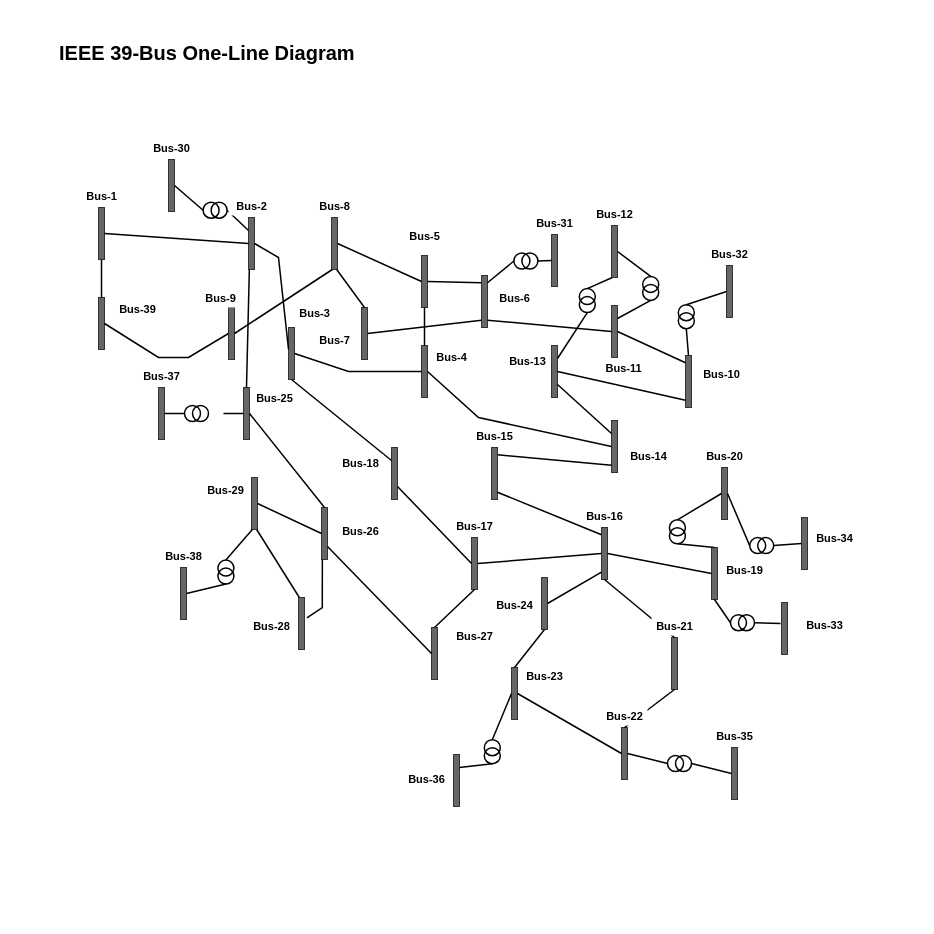
Earlier version of the draw.io diagram wspace/data/ieee/ieee39/diagram/ieee39-oneline.drawio (InterPSS-Project/ipss-agent). Source tidied: cells renumbered, new cells numbered last; positions are measured from the earlier drawing's top-left corner, leaving out a move shared by most shapes. Both pictures are drawn from the tidied source at 100%, with x=0, y=0 at pixel (17, 17).
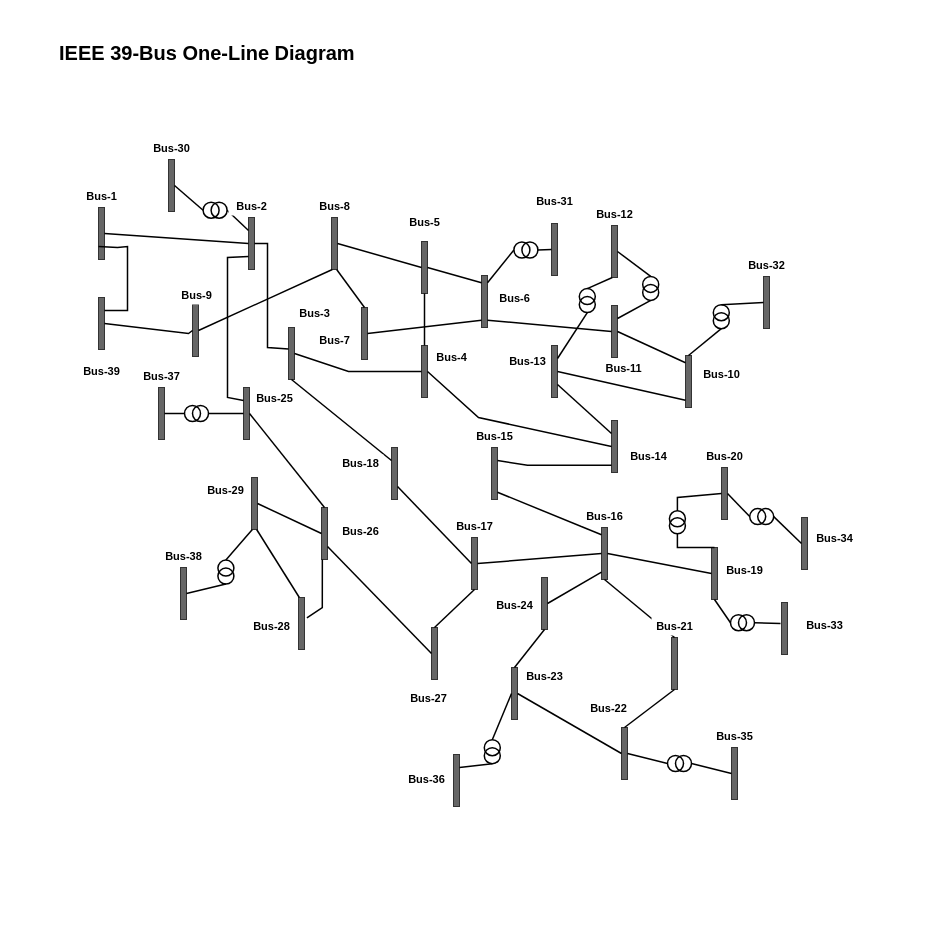
The same page after the edit.

Commit message (it also covers changes not shown here):
Update IEEE 39-Bus One-Line Diagram with layout adjustments

- Modified the positions of several bus elements and edges in the `ieee39-oneline.drawio` file to improve clarity and visual representation.
- Adjusted geometry attributes for various connections to enhance the overall diagram structure.

Unchanged cells that the change refers to:
```xml
<mxCell id="4" style="rounded=0;fillColor=#666666;strokeColor=#333333;" parent="1" vertex="1">
  <mxGeometry x="81" y="190" width="6" height="52" as="geometry" />
</mxCell>
<mxCell id="5" style="rounded=0;fillColor=#666666;strokeColor=#333333;" parent="1" vertex="1">
  <mxGeometry x="231" y="200" width="6" height="52" as="geometry" />
</mxCell>
<mxCell id="6" style="rounded=0;fillColor=#666666;strokeColor=#333333;" parent="1" vertex="1">
  <mxGeometry x="271" y="310" width="6" height="52" as="geometry" />
</mxCell>
<mxCell id="17" style="rounded=0;fillColor=#666666;strokeColor=#333333;" parent="1" vertex="1">
  <mxGeometry x="594" y="403" width="6" height="52" as="geometry" />
</mxCell>
<mxCell id="18" style="rounded=0;fillColor=#666666;strokeColor=#333333;" parent="1" vertex="1">
  <mxGeometry x="474" y="430" width="6" height="52" as="geometry" />
</mxCell>
<mxCell id="22" style="rounded=0;fillColor=#666666;strokeColor=#333333;" parent="1" vertex="1">
  <mxGeometry x="694" y="530" width="6" height="52" as="geometry" />
</mxCell>
<mxCell id="23" style="rounded=0;fillColor=#666666;strokeColor=#333333;" parent="1" vertex="1">
  <mxGeometry x="704" y="450" width="6" height="52" as="geometry" />
</mxCell>
<mxCell id="28" style="rounded=0;fillColor=#666666;strokeColor=#333333;" parent="1" vertex="1">
  <mxGeometry x="226" y="370" width="6" height="52" as="geometry" />
</mxCell>
<mxCell id="42" style="rounded=0;fillColor=#666666;strokeColor=#333333;" parent="1" vertex="1">
  <mxGeometry x="81" y="280" width="6" height="52" as="geometry" />
</mxCell>
<mxCell id="127" style="ellipse;fillColor=none;strokeColor=#000000;strokeWidth=1.5;" parent="125" vertex="1">
  <mxGeometry x="8" width="16" height="16" as="geometry" />
</mxCell>
<mxCell id="135" style="ellipse;fillColor=none;strokeColor=#000000;strokeWidth=1.5;" parent="134" vertex="1">
  <mxGeometry width="16" height="16" as="geometry" />
</mxCell>
```

Change to the diagram source:
```diff
@@
     <mxCell id="8" style="rounded=0;fillColor=#666666;strokeColor=#333333;" parent="1" vertex="1">
-      <mxGeometry x="404" y="238" width="6" height="52" as="geometry" />
+      <mxGeometry x="404" y="224" width="6" height="52" as="geometry" />
     </mxCell>
@@
     <mxCell id="12" style="rounded=0;fillColor=#666666;strokeColor=#333333;" parent="1" vertex="1">
-      <mxGeometry x="211" y="290" width="6" height="52" as="geometry" />
+      <mxGeometry x="175" y="287" width="6" height="52" as="geometry" />
     </mxCell>
@@
     <mxCell id="34" style="rounded=0;fillColor=#666666;strokeColor=#333333;" parent="1" vertex="1">
-      <mxGeometry x="534" y="217" width="6" height="52" as="geometry" />
+      <mxGeometry x="534" y="206" width="6" height="52" as="geometry" />
     </mxCell>
     <mxCell id="35" style="rounded=0;fillColor=#666666;strokeColor=#333333;" parent="1" vertex="1">
-      <mxGeometry x="709" y="248" width="6" height="52" as="geometry" />
+      <mxGeometry x="746" y="259" width="6" height="52" as="geometry" />
     </mxCell>
@@
-    <mxCell id="44" style="endArrow=none;html=1;rounded=0;strokeColor=#000000;strokeWidth=1.5;exitX=0.5;exitY=0;entryX=0.5;entryY=1;" parent="1" edge="1" source="42" target="4">
-      <mxGeometry relative="1" as="geometry" />
+    <mxCell id="44" style="endArrow=none;html=1;rounded=0;strokeColor=#000000;strokeWidth=1.5;exitX=1;exitY=0.25;entryX=0;entryY=0.75;entryDx=0;entryDy=0;exitDx=0;exitDy=0;" parent="1" edge="1" source="42" target="4">
+      <mxGeometry relative="1" as="geometry">
+        <Array as="points">
+          <mxPoint x="110" y="293" />
+          <mxPoint x="110" y="229" />
+          <mxPoint x="100" y="230" />
+        </Array>
+      </mxGeometry>
     </mxCell>
     <mxCell id="45" style="endArrow=none;html=1;rounded=0;strokeColor=#000000;strokeWidth=1.5;exitX=0;exitY=0.415;entryX=1;entryY=0.5;entryDx=0;entryDy=0;exitDx=0;exitDy=0;exitPerimeter=0;" parent="1" edge="1" source="6" target="5">
       <mxGeometry relative="1" as="geometry">
         <Array as="points">
-          <mxPoint x="261" y="240" />
+          <mxPoint x="250" y="330" />
+          <mxPoint x="250" y="226" />
         </Array>
       </mxGeometry>
     </mxCell>
-    <mxCell id="46" style="endArrow=none;html=1;rounded=0;strokeColor=#000000;strokeWidth=1.5;exitX=0.5;exitY=0;entryX=0.14;entryY=1;" parent="1" edge="1" source="28" target="5">
-      <mxGeometry relative="1" as="geometry" />
+    <mxCell id="46" style="endArrow=none;html=1;rounded=0;strokeColor=#000000;strokeWidth=1.5;exitX=0;exitY=0.25;entryX=0;entryY=0.75;entryDx=0;entryDy=0;exitDx=0;exitDy=0;" parent="1" edge="1" source="28" target="5">
+      <mxGeometry relative="1" as="geometry">
+        <Array as="points">
+          <mxPoint x="210" y="380" />
+          <mxPoint x="210" y="320" />
+          <mxPoint x="210" y="240" />
+        </Array>
+      </mxGeometry>
     </mxCell>
@@
     <mxCell id="57" style="endArrow=none;html=1;rounded=0;strokeColor=#000000;strokeWidth=1.5;exitX=1;exitY=0.5;entryX=0;entryY=0.5;" parent="1" edge="1" source="42" target="12">
       <mxGeometry relative="1" as="geometry">
         <Array as="points">
-          <mxPoint x="141" y="340" />
-          <mxPoint x="171" y="340" />
+          <mxPoint x="171" y="316" />
         </Array>
       </mxGeometry>
     </mxCell>
@@
-    <mxCell id="61" style="endArrow=none;html=1;rounded=0;strokeColor=#000000;strokeWidth=1.5;exitX=1;exitY=0.14;entryX=0;entryY=0.86;" parent="1" edge="1" source="18" target="17">
-      <mxGeometry relative="1" as="geometry" />
+    <mxCell id="61" style="endArrow=none;html=1;rounded=0;strokeColor=#000000;strokeWidth=1.5;exitX=1;exitY=0.25;entryX=0;entryY=0.86;exitDx=0;exitDy=0;" parent="1" edge="1" source="18" target="17">
+      <mxGeometry relative="1" as="geometry">
+        <Array as="points">
+          <mxPoint x="510" y="447.7" />
+        </Array>
+      </mxGeometry>
     </mxCell>
@@
-    <mxCell id="93" style="endArrow=none;html=1;rounded=0;strokeColor=#000000;strokeWidth=1.5;exitX=0;exitY=0.5;entryX=1;entryY=0.5;" parent="1" edge="1" source="28">
-      <mxGeometry relative="1" as="geometry">
-        <mxPoint x="206" y="396" as="targetPoint" />
-      </mxGeometry>
+    <mxCell id="93" style="endArrow=none;html=1;rounded=0;strokeColor=#000000;strokeWidth=1.5;exitX=0;exitY=0.5;entryX=1;entryY=0.5;entryDx=0;entryDy=0;" parent="1" edge="1" source="28" target="127">
+      <mxGeometry relative="1" as="geometry" />
     </mxCell>
@@
     <mxCell id="99" style="endArrow=none;html=1;rounded=0;strokeColor=#000000;strokeWidth=1.5;exitX=0.5;exitY=0;entryX=0.5;entryY=1;" parent="1" edge="1" source="22" target="136">
-      <mxGeometry relative="1" as="geometry" />
+      <mxGeometry relative="1" as="geometry">
+        <Array as="points">
+          <mxPoint x="659.9" y="530" />
+        </Array>
+      </mxGeometry>
     </mxCell>
     <mxCell id="100" style="endArrow=none;html=1;rounded=0;strokeColor=#000000;strokeWidth=1.5;exitX=0;exitY=0.5;entryX=0.5;entryY=0;exitDx=0;exitDy=0;" parent="1" edge="1" source="23" target="135">
-      <mxGeometry relative="1" as="geometry" />
+      <mxGeometry relative="1" as="geometry">
+        <Array as="points">
+          <mxPoint x="659.9" y="480" />
+        </Array>
+      </mxGeometry>
     </mxCell>
@@
     <mxCell id="107" style="group;" parent="1" vertex="1">
-      <mxGeometry x="496.4" y="235.5" width="24" height="16" as="geometry" />
+      <mxGeometry x="496.4" y="224.5" width="24" height="16" as="geometry" />
     </mxCell>
@@
     <mxCell id="110" style="group;" parent="1" vertex="1">
-      <mxGeometry x="660.8" y="287.2" width="16" height="24" as="geometry" />
+      <mxGeometry x="695.8" y="287.2" width="16" height="24" as="geometry" />
     </mxCell>
@@
     <mxCell id="116" style="group;" parent="1" vertex="1">
-      <mxGeometry x="732.2" y="520.1" width="24" height="16" as="geometry" />
+      <mxGeometry x="732.2" y="491.1" width="24" height="16" as="geometry" />
     </mxCell>
@@
     <mxCell id="134" style="group;" parent="1" vertex="1">
-      <mxGeometry x="651.9" y="502.3" width="16" height="24" as="geometry" />
+      <mxGeometry x="651.9" y="493.3" width="16" height="24" as="geometry" />
     </mxCell>
@@
     <mxCell id="136" style="ellipse;fillColor=none;strokeColor=#000000;strokeWidth=1.5;" parent="134" vertex="1">
-      <mxGeometry y="8" width="16" height="16" as="geometry" />
+      <mxGeometry y="7" width="16" height="16" as="geometry" />
     </mxCell>
@@
     <mxCell id="141" value="Bus-5" style="rounded=0;fillColor=#FFFFFF;strokeColor=none;html=1;align=center;verticalAlign=middle;fontSize=11;fontStyle=1;fontColor=#000000;" parent="1" vertex="1">
-      <mxGeometry x="384" y="210" width="46" height="18" as="geometry" />
+      <mxGeometry x="384" y="196" width="46" height="18" as="geometry" />
     </mxCell>
@@
     <mxCell id="145" value="Bus-9" style="rounded=0;fillColor=#FFFFFF;strokeColor=none;html=1;align=center;verticalAlign=middle;fontSize=11;fontStyle=1;fontColor=#000000;" parent="1" vertex="1">
-      <mxGeometry x="180" y="272" width="46" height="18" as="geometry" />
+      <mxGeometry x="156" y="269" width="46" height="18" as="geometry" />
     </mxCell>
@@
     <mxCell id="158" value="Bus-22" style="rounded=0;fillColor=#FFFFFF;strokeColor=none;html=1;align=center;verticalAlign=middle;fontSize=11;fontStyle=1;fontColor=#000000;" parent="1" vertex="1">
-      <mxGeometry x="584" y="690" width="46" height="18" as="geometry" />
+      <mxGeometry x="568" y="682" width="46" height="18" as="geometry" />
     </mxCell>
@@
     <mxCell id="163" value="Bus-27" style="rounded=0;fillColor=#FFFFFF;strokeColor=none;html=1;align=center;verticalAlign=middle;fontSize=11;fontStyle=1;fontColor=#000000;" parent="1" vertex="1">
-      <mxGeometry x="434" y="610" width="46" height="18" as="geometry" />
+      <mxGeometry x="388" y="672" width="46" height="18" as="geometry" />
     </mxCell>
@@
     <mxCell id="167" value="Bus-31" style="rounded=0;fillColor=#FFFFFF;strokeColor=none;html=1;align=center;verticalAlign=middle;fontSize=11;fontStyle=1;fontColor=#000000;" parent="1" vertex="1">
-      <mxGeometry x="514" y="197" width="46" height="18" as="geometry" />
+      <mxGeometry x="514" y="175" width="46" height="18" as="geometry" />
     </mxCell>
     <mxCell id="168" value="Bus-32" style="rounded=0;fillColor=#FFFFFF;strokeColor=none;html=1;align=center;verticalAlign=middle;fontSize=11;fontStyle=1;fontColor=#000000;" parent="1" vertex="1">
-      <mxGeometry x="689" y="228" width="46" height="18" as="geometry" />
+      <mxGeometry x="726" y="239" width="46" height="18" as="geometry" />
     </mxCell>
@@
     <mxCell id="175" value="Bus-39" style="rounded=0;fillColor=#FFFFFF;strokeColor=none;html=1;align=center;verticalAlign=middle;fontSize=11;fontStyle=1;fontColor=#000000;" parent="1" vertex="1">
-      <mxGeometry x="97" y="282.9" width="46" height="18" as="geometry" />
+      <mxGeometry x="61" y="345" width="46" height="18" as="geometry" />
     </mxCell>
```
